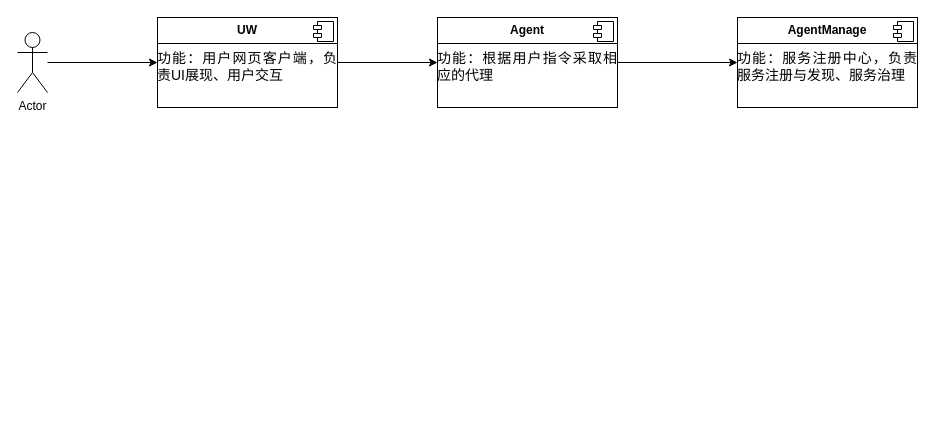
The draw.io diagram 未命名绘图.drawio in KeeaattJj/TestMyProject, before the edit. Source tidied: cells renumbered, new cells numbered last; positions are measured from the earlier drawing's top-left corner, leaving out a move shared by most shapes. Both pictures are drawn from the tidied source at 100%, with x=0, y=0 at pixel (17, 17).
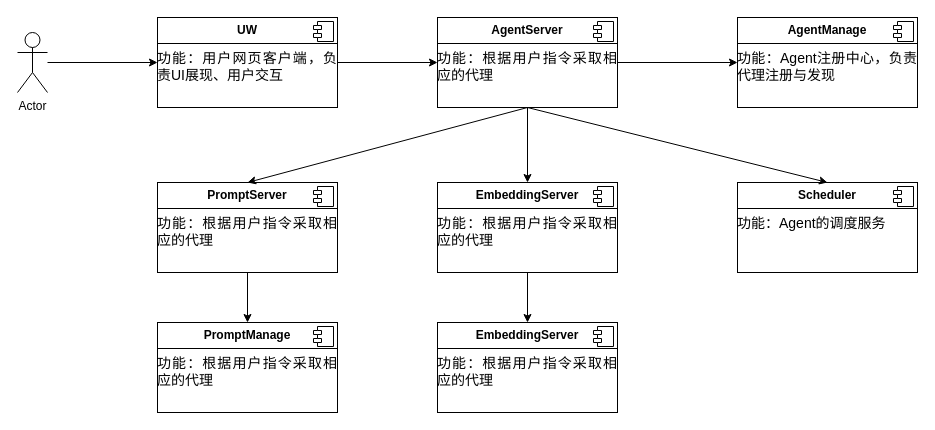
The same page after the edit.

Change to the diagram source:
```diff
@@
+    <mxCell id="12" style="edgeStyle=orthogonalEdgeStyle;rounded=0;jettySize=auto;html=1;entryX=0.5;entryY=0;entryDx=0;entryDy=0;" parent="1" edge="1" source="8" target="18">
+      <mxGeometry relative="1" as="geometry" />
+    </mxCell>
-    <mxCell id="8" value="&lt;p style=&quot;margin:0px;margin-top:6px;text-align:center;&quot;&gt;&lt;b&gt;Agent&lt;/b&gt;&lt;/p&gt;&lt;hr size=&quot;1&quot; style=&quot;border-style:solid;&quot;&gt;&lt;p style=&quot;margin: 0pt 0pt 0.0001pt; text-align: justify;&quot; class=&quot;MsoNormal&quot;&gt;&lt;span style=&quot;font-family: 微软雅黑; font-size: 10.5pt;&quot;&gt;功能：&lt;/span&gt;&lt;span style=&quot;background-color: initial; text-align: left; font-size: 14px;&quot;&gt;&lt;font face=&quot;微软雅黑&quot;&gt;根据用户指令采取相应的代理&lt;/font&gt;&lt;/span&gt;&lt;/p&gt;" style="align=left;overflow=fill;html=1;whiteSpace=wrap;" parent="1" vertex="1">
+    <mxCell id="8" value="&lt;p style=&quot;margin:0px;margin-top:6px;text-align:center;&quot;&gt;&lt;b&gt;AgentServer&lt;/b&gt;&lt;/p&gt;&lt;hr size=&quot;1&quot; style=&quot;border-style:solid;&quot;&gt;&lt;p style=&quot;margin: 0pt 0pt 0.0001pt; text-align: justify;&quot; class=&quot;MsoNormal&quot;&gt;&lt;span style=&quot;font-family: 微软雅黑; font-size: 10.5pt;&quot;&gt;功能：&lt;/span&gt;&lt;span style=&quot;background-color: initial; text-align: left; font-size: 14px;&quot;&gt;&lt;font face=&quot;微软雅黑&quot;&gt;根据用户指令采取相应的代理&lt;/font&gt;&lt;/span&gt;&lt;/p&gt;" style="align=left;overflow=fill;html=1;whiteSpace=wrap;" parent="1" vertex="1">
       <mxGeometry x="420" width="180" height="90" as="geometry" />
     </mxCell>
@@
-    <mxCell id="10" value="&lt;p style=&quot;margin:0px;margin-top:6px;text-align:center;&quot;&gt;&lt;b&gt;AgentManage&lt;/b&gt;&lt;/p&gt;&lt;hr size=&quot;1&quot; style=&quot;border-style:solid;&quot;&gt;&lt;p style=&quot;margin: 0pt 0pt 0.0001pt; text-align: justify; font-family: 等线; font-size: 10.5pt;&quot; class=&quot;MsoNormal&quot;&gt;&lt;span style=&quot;font-family: 微软雅黑; font-size: 10.5pt;&quot;&gt;功能：&lt;/span&gt;&lt;span style=&quot;font-family: 微软雅黑; font-size: 10.5pt; background-color: initial;&quot;&gt;服务注册中心，负责服务注册与发现、服务治理&lt;/span&gt;&lt;/p&gt;" style="align=left;overflow=fill;html=1;whiteSpace=wrap;" parent="1" vertex="1">
+    <mxCell id="10" value="&lt;p style=&quot;margin:0px;margin-top:6px;text-align:center;&quot;&gt;&lt;b&gt;AgentManage&lt;/b&gt;&lt;/p&gt;&lt;hr size=&quot;1&quot; style=&quot;border-style:solid;&quot;&gt;&lt;p style=&quot;margin: 0pt 0pt 0.0001pt; text-align: justify; font-family: 等线; font-size: 10.5pt;&quot; class=&quot;MsoNormal&quot;&gt;&lt;span style=&quot;font-family: 微软雅黑; font-size: 10.5pt;&quot;&gt;功能：Agent&lt;/span&gt;&lt;span style=&quot;font-family: 微软雅黑; font-size: 10.5pt; background-color: initial;&quot;&gt;注册中心，负责代理注册与发现&lt;/span&gt;&lt;/p&gt;" style="align=left;overflow=fill;html=1;whiteSpace=wrap;" parent="1" vertex="1">
       <mxGeometry x="720" width="180" height="90" as="geometry" />
     </mxCell>
@@
+    <mxCell id="13" style="edgeStyle=orthogonalEdgeStyle;rounded=0;jettySize=auto;html=1;" parent="1" edge="1" source="14" target="25">
+      <mxGeometry relative="1" as="geometry" />
+    </mxCell>
+    <mxCell id="14" value="&lt;p style=&quot;margin:0px;margin-top:6px;text-align:center;&quot;&gt;&lt;b&gt;PromptServer&lt;/b&gt;&lt;/p&gt;&lt;hr size=&quot;1&quot; style=&quot;border-style:solid;&quot;&gt;&lt;p style=&quot;margin: 0pt 0pt 0.0001pt; text-align: justify;&quot; class=&quot;MsoNormal&quot;&gt;&lt;span style=&quot;font-family: 微软雅黑; font-size: 10.5pt;&quot;&gt;功能：&lt;/span&gt;&lt;span style=&quot;background-color: initial; text-align: left; font-size: 14px;&quot;&gt;&lt;font face=&quot;微软雅黑&quot;&gt;根据用户指令采取相应的代理&lt;/font&gt;&lt;/span&gt;&lt;/p&gt;" style="align=left;overflow=fill;html=1;whiteSpace=wrap;" parent="1" vertex="1">
+      <mxGeometry x="140" y="165" width="180" height="90" as="geometry" />
+    </mxCell>
+    <mxCell id="15" style="shape=component;jettyWidth=8;jettyHeight=4;" parent="14" vertex="1">
+      <mxGeometry x="1" width="20" height="20" relative="1" as="geometry">
+        <mxPoint x="-24" y="4" as="offset" />
+      </mxGeometry>
+    </mxCell>
+    <mxCell id="16" style="endArrow=classic;html=1;rounded=0;exitX=0.5;exitY=1;exitDx=0;exitDy=0;entryX=0.5;entryY=0;entryDx=0;entryDy=0;" parent="1" edge="1" source="8" target="14">
+      <mxGeometry relative="1" as="geometry" />
+    </mxCell>
+    <mxCell id="17" style="edgeStyle=orthogonalEdgeStyle;rounded=0;jettySize=auto;html=1;" parent="1" edge="1" source="18" target="20">
+      <mxGeometry relative="1" as="geometry" />
+    </mxCell>
+    <mxCell id="18" value="&lt;p style=&quot;margin:0px;margin-top:6px;text-align:center;&quot;&gt;&lt;b&gt;EmbeddingServer&lt;/b&gt;&lt;/p&gt;&lt;hr size=&quot;1&quot; style=&quot;border-style:solid;&quot;&gt;&lt;p style=&quot;margin: 0pt 0pt 0.0001pt; text-align: justify;&quot; class=&quot;MsoNormal&quot;&gt;&lt;span style=&quot;font-family: 微软雅黑; font-size: 10.5pt;&quot;&gt;功能：&lt;/span&gt;&lt;span style=&quot;background-color: initial; text-align: left; font-size: 14px;&quot;&gt;&lt;font face=&quot;微软雅黑&quot;&gt;根据用户指令采取相应的代理&lt;/font&gt;&lt;/span&gt;&lt;/p&gt;" style="align=left;overflow=fill;html=1;whiteSpace=wrap;" parent="1" vertex="1">
+      <mxGeometry x="420" y="165" width="180" height="90" as="geometry" />
+    </mxCell>
+    <mxCell id="19" style="shape=component;jettyWidth=8;jettyHeight=4;" parent="18" vertex="1">
+      <mxGeometry x="1" width="20" height="20" relative="1" as="geometry">
+        <mxPoint x="-24" y="4" as="offset" />
+      </mxGeometry>
+    </mxCell>
+    <mxCell id="20" value="&lt;p style=&quot;margin:0px;margin-top:6px;text-align:center;&quot;&gt;&lt;b&gt;EmbeddingServer&lt;/b&gt;&lt;/p&gt;&lt;hr size=&quot;1&quot; style=&quot;border-style:solid;&quot;&gt;&lt;p style=&quot;margin: 0pt 0pt 0.0001pt; text-align: justify;&quot; class=&quot;MsoNormal&quot;&gt;&lt;span style=&quot;font-family: 微软雅黑; font-size: 10.5pt;&quot;&gt;功能：&lt;/span&gt;&lt;span style=&quot;background-color: initial; text-align: left; font-size: 14px;&quot;&gt;&lt;font face=&quot;微软雅黑&quot;&gt;根据用户指令采取相应的代理&lt;/font&gt;&lt;/span&gt;&lt;/p&gt;" style="align=left;overflow=fill;html=1;whiteSpace=wrap;" parent="1" vertex="1">
+      <mxGeometry x="420" y="305" width="180" height="90" as="geometry" />
+    </mxCell>
+    <mxCell id="21" style="shape=component;jettyWidth=8;jettyHeight=4;" parent="20" vertex="1">
+      <mxGeometry x="1" width="20" height="20" relative="1" as="geometry">
+        <mxPoint x="-24" y="4" as="offset" />
+      </mxGeometry>
+    </mxCell>
+    <mxCell id="22" value="&lt;p style=&quot;margin:0px;margin-top:6px;text-align:center;&quot;&gt;&lt;b&gt;Scheduler&lt;/b&gt;&lt;/p&gt;&lt;hr size=&quot;1&quot; style=&quot;border-style:solid;&quot;&gt;&lt;p style=&quot;margin: 0pt 0pt 0.0001pt; text-align: justify;&quot; class=&quot;MsoNormal&quot;&gt;&lt;span style=&quot;font-family: 微软雅黑; font-size: 10.5pt;&quot;&gt;功能：&lt;/span&gt;&lt;span style=&quot;background-color: initial; text-align: left; font-size: 14px;&quot;&gt;&lt;font face=&quot;微软雅黑&quot;&gt;Agent的调度服务&lt;/font&gt;&lt;/span&gt;&lt;/p&gt;" style="align=left;overflow=fill;html=1;whiteSpace=wrap;" parent="1" vertex="1">
+      <mxGeometry x="720" y="165" width="180" height="90" as="geometry" />
+    </mxCell>
+    <mxCell id="23" style="shape=component;jettyWidth=8;jettyHeight=4;" parent="22" vertex="1">
+      <mxGeometry x="1" width="20" height="20" relative="1" as="geometry">
+        <mxPoint x="-24" y="4" as="offset" />
+      </mxGeometry>
+    </mxCell>
+    <mxCell id="24" style="endArrow=classic;html=1;rounded=0;exitX=0.5;exitY=1;exitDx=0;exitDy=0;entryX=0.5;entryY=0;entryDx=0;entryDy=0;" parent="1" edge="1" source="8" target="22">
+      <mxGeometry relative="1" as="geometry" />
+    </mxCell>
+    <mxCell id="25" value="&lt;p style=&quot;margin:0px;margin-top:6px;text-align:center;&quot;&gt;&lt;b&gt;PromptManage&lt;/b&gt;&lt;/p&gt;&lt;hr size=&quot;1&quot; style=&quot;border-style:solid;&quot;&gt;&lt;p style=&quot;margin: 0pt 0pt 0.0001pt; text-align: justify;&quot; class=&quot;MsoNormal&quot;&gt;&lt;span style=&quot;font-family: 微软雅黑; font-size: 10.5pt;&quot;&gt;功能：&lt;/span&gt;&lt;span style=&quot;background-color: initial; text-align: left; font-size: 14px;&quot;&gt;&lt;font face=&quot;微软雅黑&quot;&gt;根据用户指令采取相应的代理&lt;/font&gt;&lt;/span&gt;&lt;/p&gt;" style="align=left;overflow=fill;html=1;whiteSpace=wrap;" parent="1" vertex="1">
+      <mxGeometry x="140" y="305" width="180" height="90" as="geometry" />
+    </mxCell>
+    <mxCell id="26" style="shape=component;jettyWidth=8;jettyHeight=4;" parent="25" vertex="1">
+      <mxGeometry x="1" width="20" height="20" relative="1" as="geometry">
+        <mxPoint x="-24" y="4" as="offset" />
+      </mxGeometry>
+    </mxCell>
```
